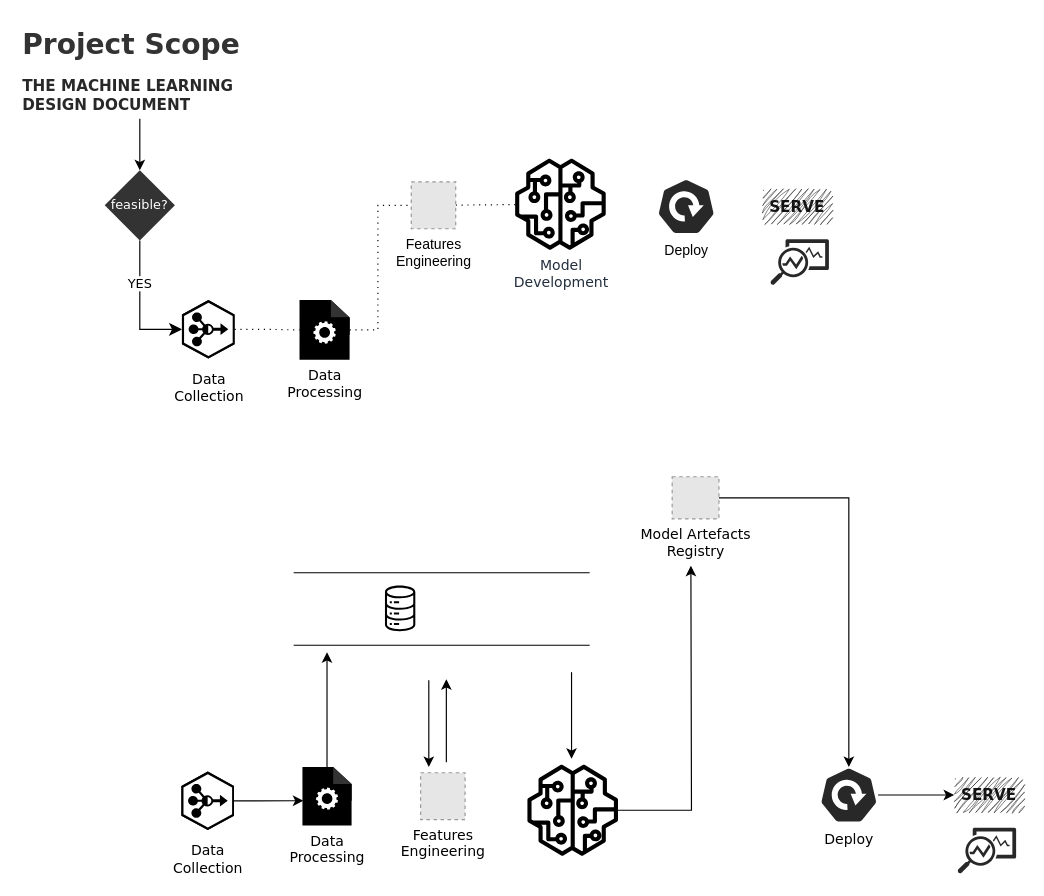
thereferences/systems keeps this draw.io diagram as page "Case: Machine Learning" (9 of 12) of assets/images/model.drawio. Above is the earlier version. Source tidied: cells renumbered, new cells numbered last; positions are measured from the earlier drawing's top-left corner, leaving out a move shared by most shapes. Both pictures are drawn from the tidied source at 117%, with x=0, y=0 at pixel (20, 20). Pictures stored in the file or linked from it are replaced by grey dashed boxes.
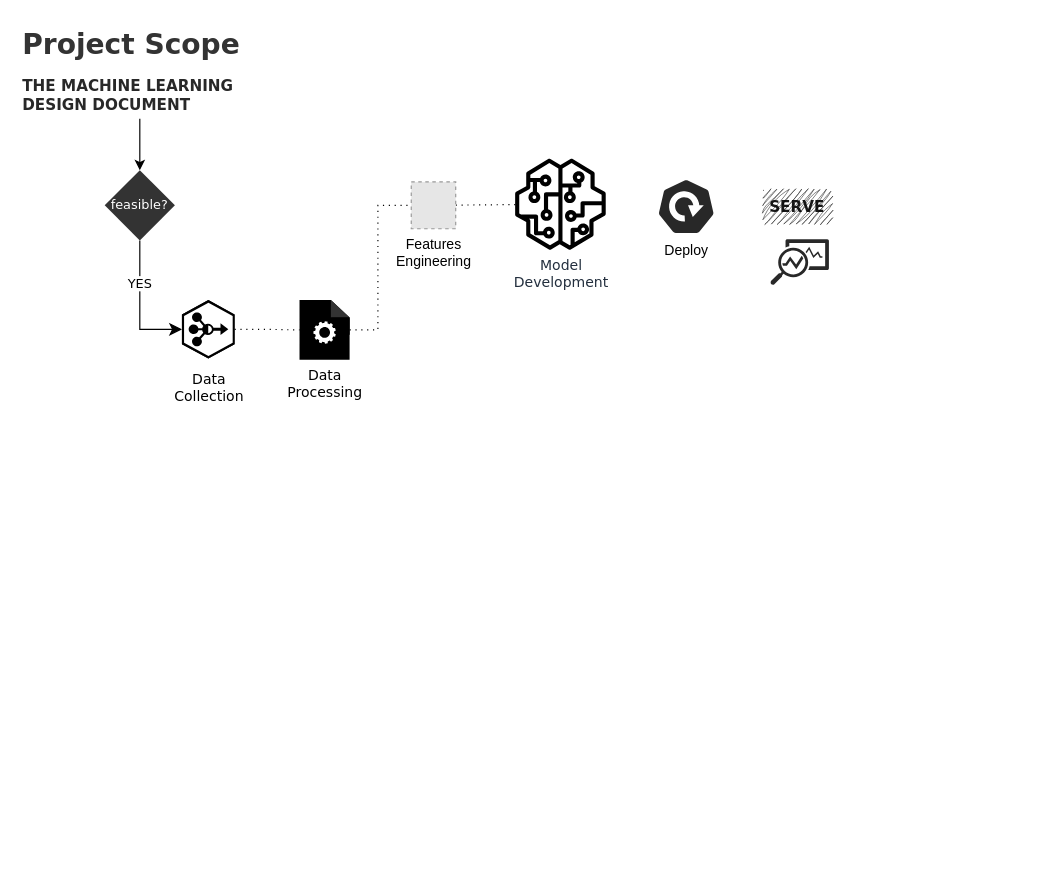
The same page after the edit.

The edit, as a diff of the source:
```diff
@@
-    <mxCell id="18" style="sketch=0;outlineConnect=0;fontColor=#232F3E;gradientColor=none;fillColor=#000000;strokeColor=none;dashed=0;verticalLabelPosition=bottom;verticalAlign=top;align=center;html=1;fontSize=12;fontStyle=0;shape=mxgraph.aws4.sagemaker_model;fontFamily=Verdana;" parent="1" vertex="1">
-      <mxGeometry x="433" y="636" width="78" height="78" as="geometry" />
-    </mxCell>
-    <mxCell id="19" value="&lt;span style=&quot;background-color: rgb(255, 255, 255);&quot;&gt;Data&lt;br&gt;Collection&lt;br&gt;&lt;/span&gt;" style="verticalLabelPosition=middle;sketch=0;html=1;fillColor=#000000;strokeColor=#ffffff;verticalAlign=middle;align=center;points=[[0,0.5,0],[0.125,0.25,0],[0.25,0,0],[0.5,0,0],[0.75,0,0],[0.875,0.25,0],[1,0.5,0],[0.875,0.75,0],[0.75,1,0],[0.5,1,0],[0.125,0.75,0]];shape=mxgraph.cisco_safe.compositeIcon;bgIcon=mxgraph.cisco_safe.design.blank_device;resIcon=mxgraph.cisco_safe.design.flow_collector_2;rotation=90;fontFamily=Verdana;labelPosition=right;horizontal=0;" parent="1" vertex="1">
-      <mxGeometry x="135" y="644.5" width="50" height="45" as="geometry" />
-    </mxCell>
-    <mxCell id="20" style="edgeStyle=none;rounded=0;jettySize=auto;html=1;fontFamily=Verdana;" parent="1" edge="1" source="21">
-      <mxGeometry relative="1" as="geometry">
-        <mxPoint x="262" y="540" as="targetPoint" />
-      </mxGeometry>
-    </mxCell>
-    <mxCell id="21" value="Data&lt;br&gt;Processing" style="sketch=0;html=1;strokeColor=none;shadow=0;fillColor=#000000;verticalAlign=top;labelPosition=center;verticalLabelPosition=bottom;shape=mxgraph.gcp2.process;rotation=0;fontFamily=Verdana;" parent="1" vertex="1">
-      <mxGeometry x="241" y="638" width="42" height="50" as="geometry" />
-    </mxCell>
-    <mxCell id="22" style="edgeStyle=none;rounded=0;orthogonalLoop=1;jettySize=auto;html=1;fontFamily=Verdana;" parent="1" edge="1">
-      <mxGeometry relative="1" as="geometry">
-        <mxPoint x="364" y="634" as="sourcePoint" />
-        <mxPoint x="364" y="563" as="targetPoint" />
-      </mxGeometry>
-    </mxCell>
-    <mxCell id="23" value="Features&lt;br&gt;Engineering" style="fillColor=#E6E6E6;strokeColor=#999999;dashed=1;html=1;verticalLabelPosition=bottom;labelBackgroundColor=#ffffff;verticalAlign=top;fontFamily=Verdana;" parent="1" vertex="1">
-      <mxGeometry x="342" y="643" width="38" height="40" as="geometry" />
-    </mxCell>
-    <mxCell id="24" style="edgeStyle=none;rounded=0;jettySize=auto;html=1;entryX=0.019;entryY=0.578;entryDx=0;entryDy=0;entryPerimeter=0;fontFamily=Verdana;" parent="1" edge="1" source="19" target="21">
-      <mxGeometry relative="1" as="geometry" />
-    </mxCell>
-    <mxCell id="25" style="shape=partialRectangle;whiteSpace=wrap;html=1;left=0;right=0;fillColor=none;fontFamily=Verdana;" parent="1" vertex="1">
-      <mxGeometry x="234" y="472" width="252" height="62" as="geometry" />
-    </mxCell>
-    <mxCell id="26" style="sketch=0;fontColor=#232F3E;gradientColor=none;fillColor=#000000;strokeColor=none;dashed=0;verticalLabelPosition=bottom;verticalAlign=top;align=center;html=1;fontSize=12;fontStyle=0;shape=mxgraph.aws4.iot_analytics_data_store;rotation=0;fontFamily=Verdana;" parent="1" vertex="1">
-      <mxGeometry x="311" y="483" width="27" height="39" as="geometry" />
-    </mxCell>
-    <mxCell id="27" style="edgeStyle=none;rounded=0;orthogonalLoop=1;jettySize=auto;html=1;fontFamily=Verdana;" parent="1" edge="1">
-      <mxGeometry relative="1" as="geometry">
-        <mxPoint x="349" y="564" as="sourcePoint" />
-        <mxPoint x="349" y="638" as="targetPoint" />
-      </mxGeometry>
-    </mxCell>
-    <mxCell id="28" style="edgeStyle=none;rounded=0;orthogonalLoop=1;jettySize=auto;html=1;fontFamily=Verdana;" parent="1" edge="1">
-      <mxGeometry relative="1" as="geometry">
-        <mxPoint x="471" y="557" as="sourcePoint" />
-        <mxPoint x="471" y="631" as="targetPoint" />
-      </mxGeometry>
-    </mxCell>
-    <mxCell id="29" value="Model Artefacts &lt;br&gt;Registry" style="fillColor=#E6E6E6;strokeColor=#999999;dashed=1;html=1;verticalLabelPosition=bottom;labelBackgroundColor=#ffffff;verticalAlign=top;fontFamily=Verdana;" parent="1" vertex="1">
-      <mxGeometry x="557" y="390" width="40" height="36" as="geometry" />
-    </mxCell>
-    <mxCell id="30" style="edgeStyle=orthogonalEdgeStyle;rounded=0;jettySize=auto;html=1;fontFamily=Verdana;" parent="1" edge="1" source="18">
-      <mxGeometry relative="1" as="geometry">
-        <mxPoint x="573" y="466" as="targetPoint" />
-      </mxGeometry>
-    </mxCell>
-    <mxCell id="31" style="edgeStyle=none;rounded=0;jettySize=auto;html=1;entryX=0;entryY=0.5;entryDx=0;entryDy=0;" parent="1" edge="1" source="32" target="33">
-      <mxGeometry relative="1" as="geometry" />
-    </mxCell>
-    <mxCell id="32" value="Deploy" style="sketch=0;html=1;dashed=0;whitespace=wrap;fillColor=#282828;strokeColor=#ffffff;points=[[0.005,0.63,0],[0.1,0.2,0],[0.9,0.2,0],[0.5,0,0],[0.995,0.63,0],[0.72,0.99,0],[0.5,1,0],[0.28,0.99,0]];verticalLabelPosition=bottom;align=center;verticalAlign=top;shape=mxgraph.kubernetes.icon;prIcon=deploy;fontFamily=Verdana;" parent="1" vertex="1">
-      <mxGeometry x="683" y="638" width="50" height="48" as="geometry" />
-    </mxCell>
-    <mxCell id="33" value="SERVE" style="text;html=1;strokeColor=none;fillColor=#282828;align=center;verticalAlign=middle;whiteSpace=wrap;rounded=1;labelBackgroundColor=none;labelBorderColor=none;fontColor=#000000;fontStyle=1;fontFamily=Verdana;fontSize=13;shadow=0;glass=0;sketch=1;curveFitting=1;jiggle=2;textOpacity=90;" parent="1" vertex="1">
-      <mxGeometry x="798" y="647" width="60" height="30" as="geometry" />
-    </mxCell>
-    <mxCell id="34" style="sketch=0;shadow=0;dashed=0;html=1;strokeColor=none;labelPosition=center;verticalLabelPosition=bottom;verticalAlign=top;align=center;fillColor=#282828;shape=mxgraph.mscae.enterprise.monitor_running_apps;fontFamily=Verdana;" parent="1" vertex="1">
-      <mxGeometry x="801" y="690" width="50" height="39" as="geometry" />
-    </mxCell>
-    <mxCell id="35" style="edgeStyle=orthogonalEdgeStyle;rounded=0;jettySize=auto;html=1;entryX=0.5;entryY=0;entryDx=0;entryDy=0;entryPerimeter=0;fontFamily=Verdana;" parent="1" edge="1" source="29" target="32">
-      <mxGeometry relative="1" as="geometry" />
-    </mxCell>
```
